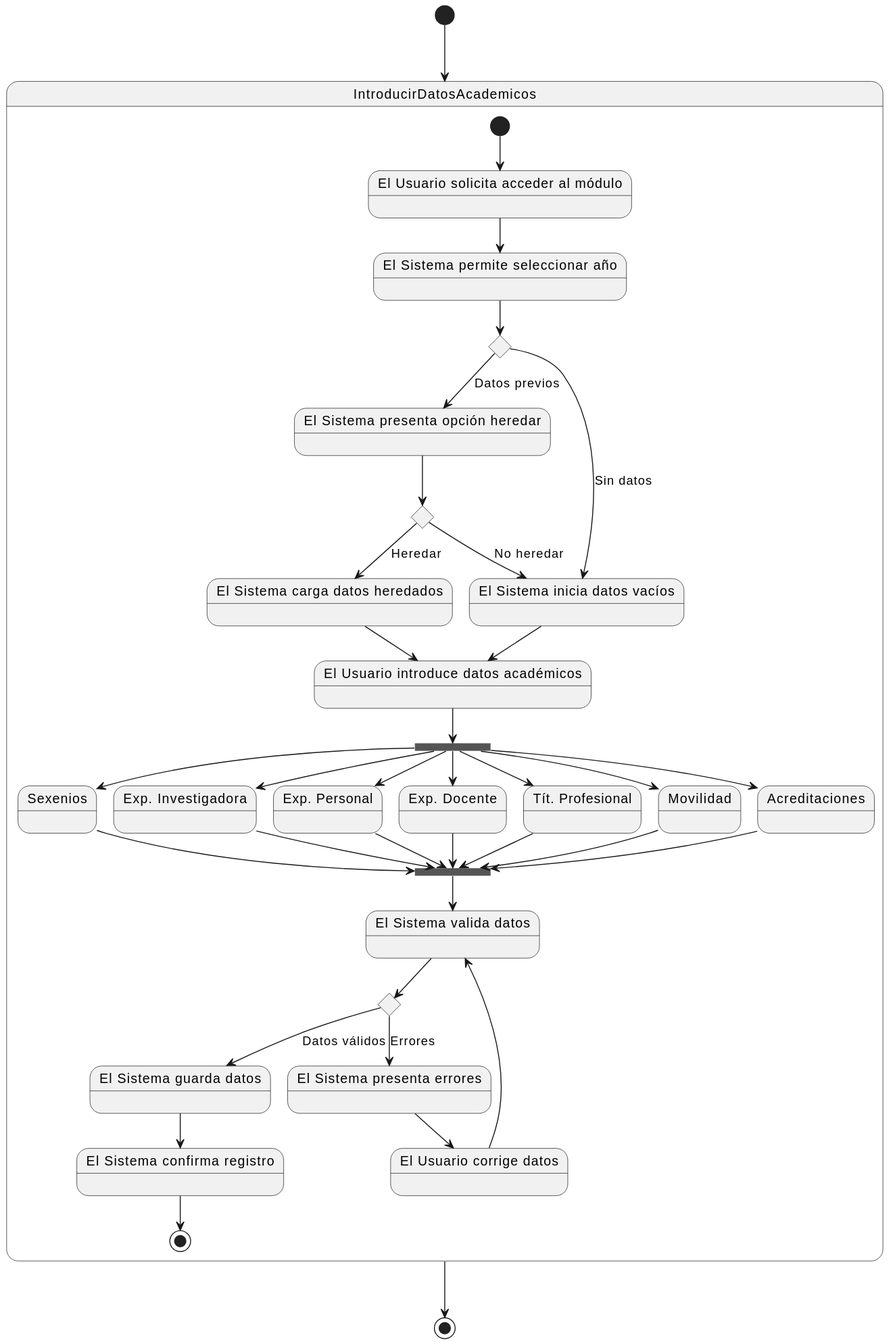
Before: images/modelosUML/CdU/DetallarCasosDeUso/Profesores/IntroducirDatosAcademicos.svg, a diagram exported from PlantUML (mmasias/24-25-IdSw1-SDR).
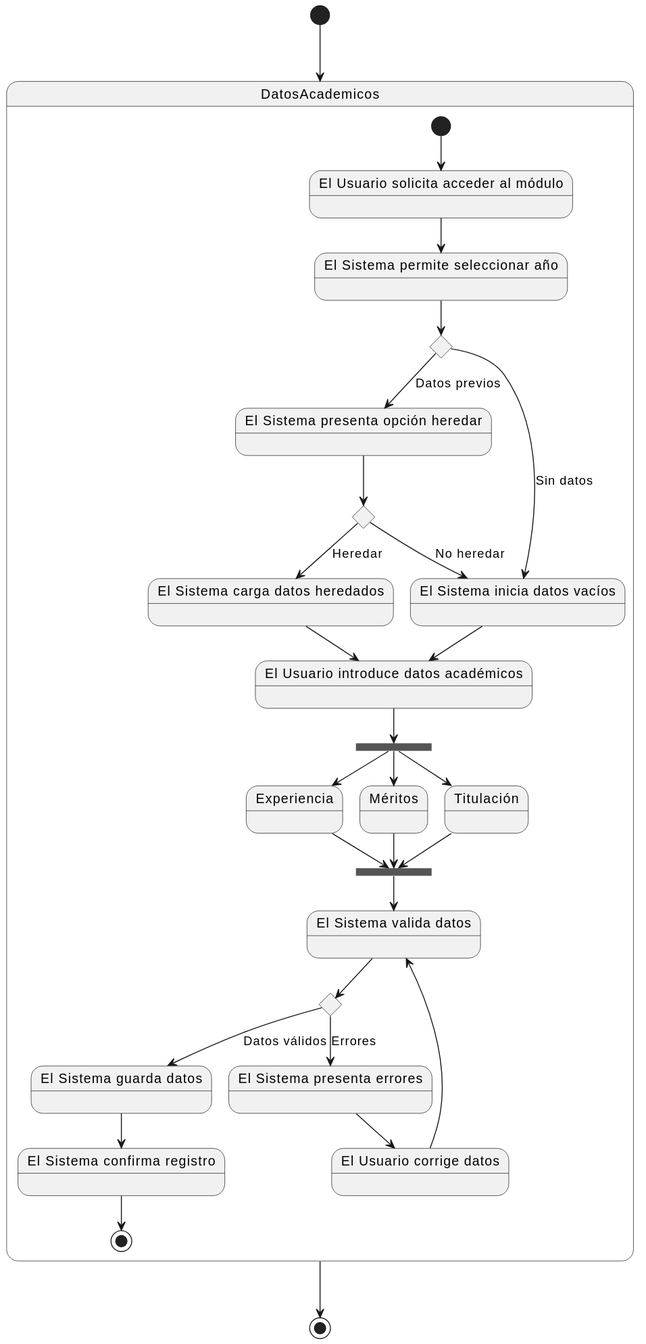
After the commit.

Commit message:
Actualizar diagrama de estados para el caso de uso "Introducir Datos Académicos" con nuevas transiciones y estados.

Diff of the diagram source:
```diff
@@ -1,87 +1,75 @@
 @startuml
-[*] --> IntroducirDatosAcademicos
+[*] --> DatosAcademicos
 
-    state IntroducirDatosAcademicos {
-        [*] --> Estado1
+state DatosAcademicos {
+  [*] --> Estado1
 
-        state "El Usuario solicita acceder al módulo" as Estado1
-        state "El Sistema permite seleccionar año" as Estado2
+  state "El Usuario solicita acceder al módulo" as Estado1
+  state "El Sistema permite seleccionar año" as Estado2
 
-        Estado1 --> Estado2
+  Estado1 --> Estado2
 
-        state choice1 <<choice>>
-        Estado2 --> choice1
+  state choice1 <<choice>>
+  Estado2 --> choice1
 
-        state "El Sistema presenta opción heredar" as Estado3
-        state "El Sistema inicia datos vacíos" as Estado4
+  state "El Sistema presenta opción heredar" as Estado3
+  state "El Sistema inicia datos vacíos" as Estado4
 
-        choice1 --> Estado3: Datos previos
-        choice1 --> Estado4: Sin datos
+  choice1 --> Estado3: Datos previos
+  choice1 --> Estado4: Sin datos
 
-        state choice2 <<choice>>
-        Estado3 --> choice2
+  state choice2 <<choice>>
+  Estado3 --> choice2
 
-        state "El Sistema carga datos heredados" as Estado5
+  state "El Sistema carga datos heredados" as Estado5
 
-        choice2 --> Estado5: Heredar
-        choice2 --> Estado4: No heredar
+  choice2 --> Estado5: Heredar
+  choice2 --> Estado4: No heredar
 
-        state "El Usuario introduce datos académicos" as Estado6
+  state "El Usuario introduce datos académicos" as Estado6
 
-        Estado5 --> Estado6
-        Estado4 --> Estado6
+  Estado5 --> Estado6
+  Estado4 --> Estado6
 
-        state fork1 <<fork>>
-        Estado6 --> fork1
+  state fork1 <<fork>>
+  Estado6 --> fork1
 
-        state "Sexenios" as Estado7
-        state "Exp. Investigadora" as Estado8
-        state "Exp. Personal" as Estado9
-        state "Exp. Docente" as Estado10
-        state "Tít. Profesional" as Estado11
-        state "Movilidad" as Estado12
-        state "Acreditaciones" as Estado13
+  state "Experiencia" as Estado7
+  state "Méritos" as Estado8
+  state "Titulación" as Estado9
 
-        fork1 --> Estado7
-        fork1 --> Estado8
-        fork1 --> Estado9
-        fork1 --> Estado10
-        fork1 --> Estado11
-        fork1 --> Estado12
-        fork1 --> Estado13
+  fork1 --> Estado7
+  fork1 --> Estado8
+  fork1 --> Estado9
 
-        state join1 <<join>>
+  state join1 <<join>>
 
-        Estado7 --> join1
-        Estado8 --> join1
-        Estado9 --> join1
-        Estado10 --> join1
-        Estado11 --> join1
-        Estado12 --> join1
-        Estado13 --> join1
+  Estado7 --> join1
+  Estado8 --> join1
+  Estado9 --> join1
 
-        state "El Sistema valida datos" as Estado14
+  state "El Sistema valida datos" as Estado14
 
-        join1 --> Estado14
+  join1 --> Estado14
 
-        state choice3 <<choice>>
-        Estado14 --> choice3
+  state choice3 <<choice>>
+  Estado14 --> choice3
 
-        state "El Sistema guarda datos" as Estado15
-        state "El Sistema presenta errores" as Estado16
+  state "El Sistema guarda datos" as Estado15
+  state "El Sistema presenta errores" as Estado16
 
-        choice3 --> Estado15: Datos válidos
-        choice3 --> Estado16: Errores
+  choice3 --> Estado15: Datos válidos
+  choice3 --> Estado16: Errores
 
-        state "El Sistema confirma registro" as Estado17
-        state "El Usuario corrige datos" as Estado18
+  state "El Sistema confirma registro" as Estado17
+  state "El Usuario corrige datos" as Estado18
 
-        Estado15 --> Estado17
-        Estado16 --> Estado18
-        Estado18 --> Estado14
+  Estado15 --> Estado17
+  Estado16 --> Estado18
+  Estado18 --> Estado14
 
-        Estado17 --> [*]
-    }
+  Estado17 --> [*]
+}
 
-    IntroducirDatosAcademicos --> [*]
+DatosAcademicos --> [*]
 @enduml
```
